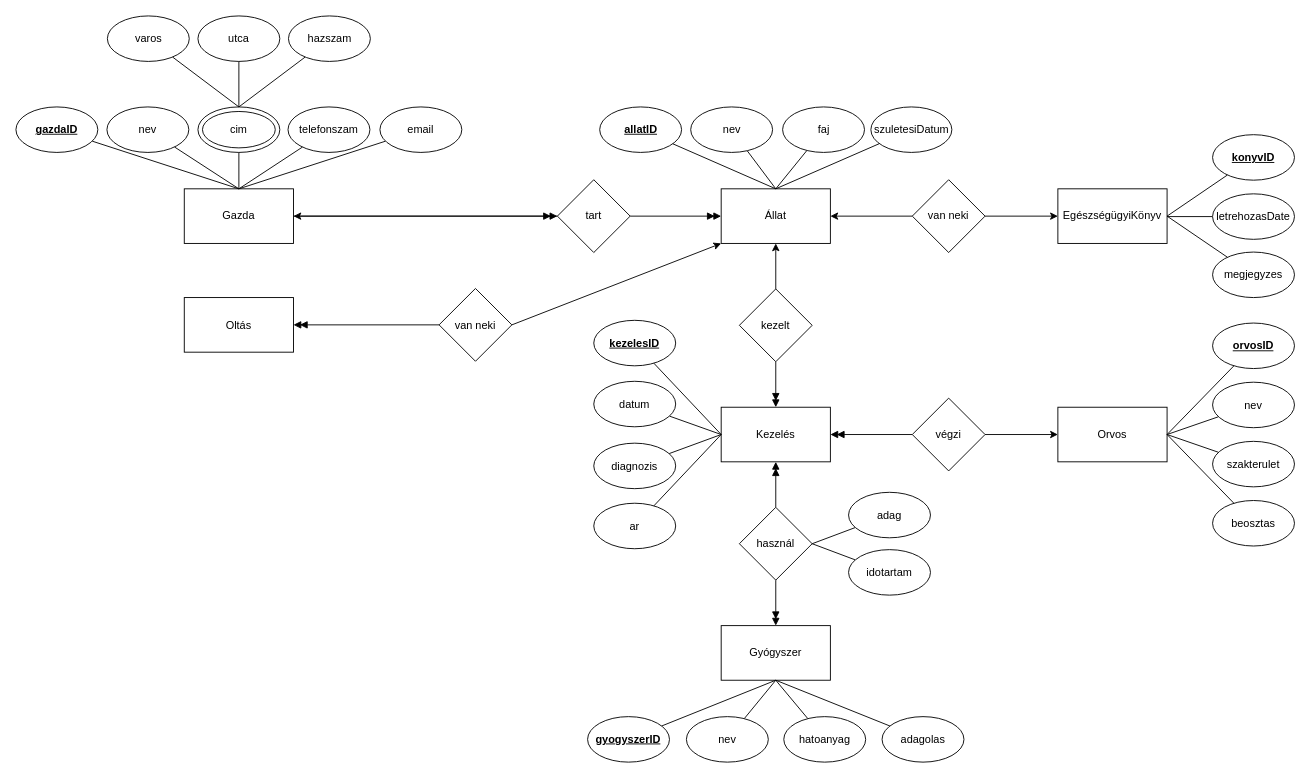
Above: OQH5NH_XMLTask/OQH5NH_ER.drawio in matyas-toth/OQH5NHWebXML (draw.io), before the change. Source tidied: cells renumbered, new cells numbered last; positions are measured from the earlier drawing's top-left corner, leaving out a move shared by most shapes. Both pictures are drawn from the tidied source at 91%, with x=0, y=0 at pixel (15, 15).
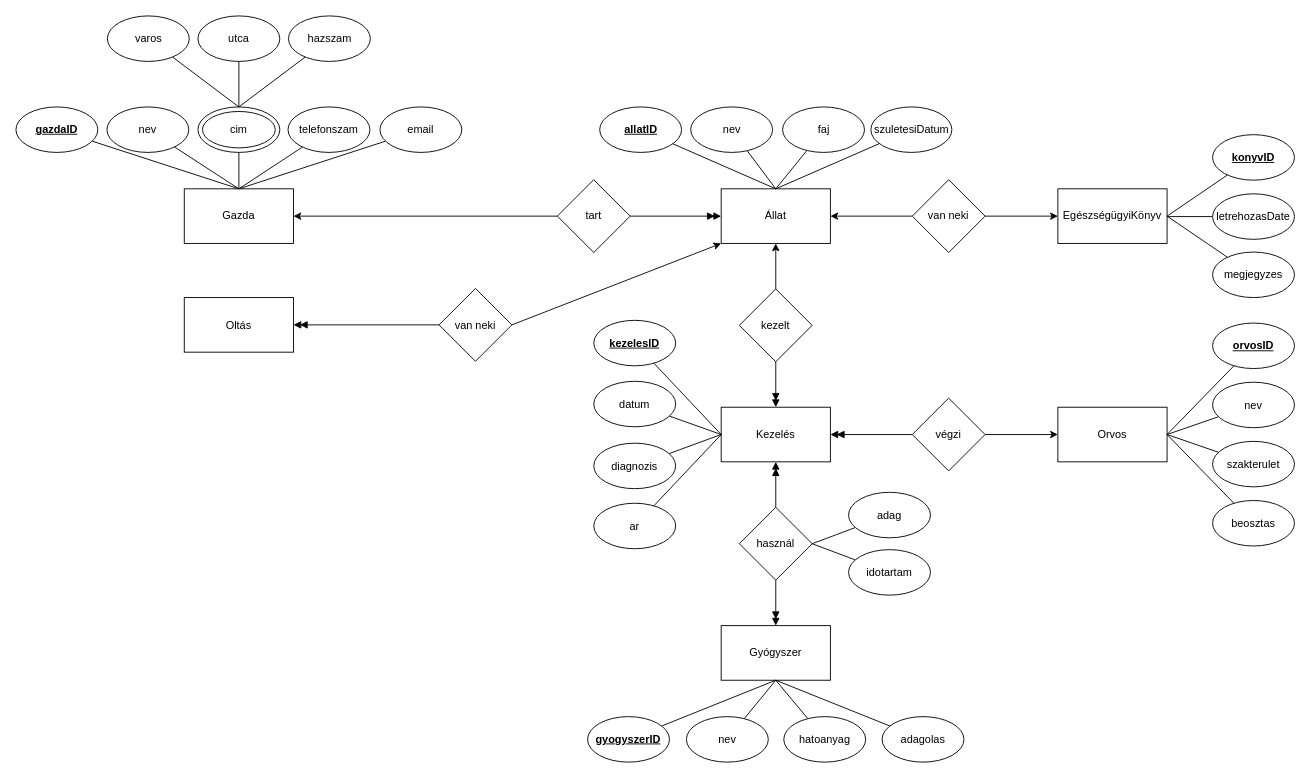
After the change.

Unchanged cells that the change refers to:
```xml
<mxCell id="3" value="Gazda" style="rounded=0;whiteSpace=wrap;html=1;" parent="1" vertex="1">
  <mxGeometry x="185" y="190" width="120" height="60" as="geometry" />
</mxCell>
<mxCell id="11" value="tart" style="rhombus;whiteSpace=wrap;html=1;" parent="1" vertex="1">
  <mxGeometry x="595" y="180" width="80" height="80" as="geometry" />
</mxCell>
```

Change to the diagram source:
```diff
@@
-    <mxCell id="2" style="edgeStyle=none;html=1;endArrow=doubleBlock;endFill=1;" parent="1" edge="1" source="3" target="11">
+    <mxCell id="2" style="edgeStyle=none;html=1;endArrow=classic;endFill=1;entryX=1;entryY=0.5;entryDx=0;entryDy=0;exitX=0;exitY=0.5;exitDx=0;exitDy=0;" parent="1" edge="1" source="11" target="3">
       <mxGeometry relative="1" as="geometry" />
     </mxCell>
@@
-    <mxCell id="10" style="edgeStyle=none;html=1;exitX=0;exitY=0.5;exitDx=0;exitDy=0;entryX=1;entryY=0.5;entryDx=0;entryDy=0;endArrow=classic;endFill=1;startSize=6;startArrow=none;startFill=0;" parent="1" edge="1" source="11" target="3">
-      <mxGeometry relative="1" as="geometry" />
-    </mxCell>
```
